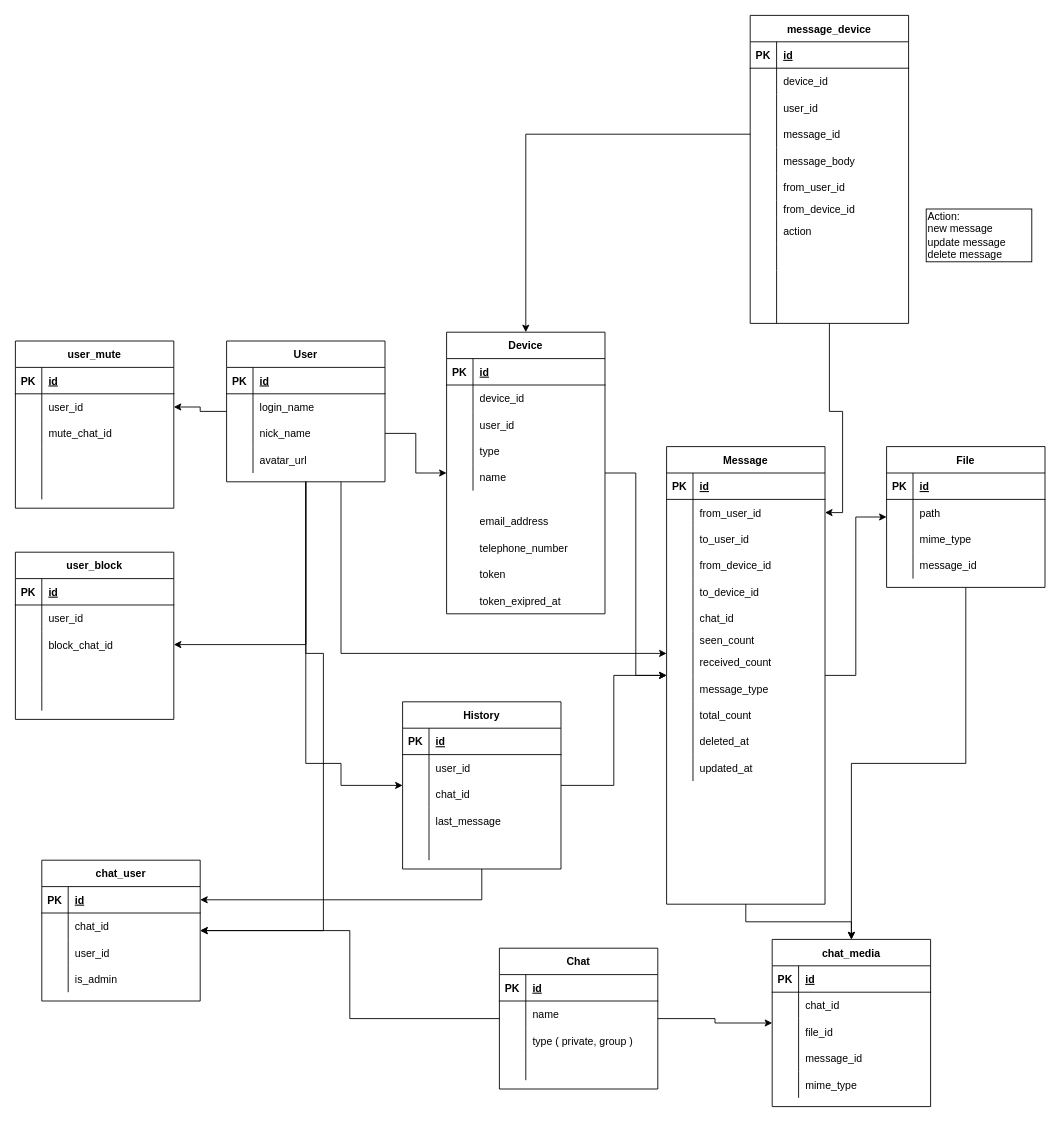
Above: documents/database.drawio in cloverstudio/Spika3 (draw.io), before the change. Source tidied: cells renumbered, new cells numbered last; positions are measured from the earlier drawing's top-left corner, leaving out a move shared by most shapes. Both pictures are drawn from the tidied source at 88%, with x=0, y=0 at pixel (15, 15).
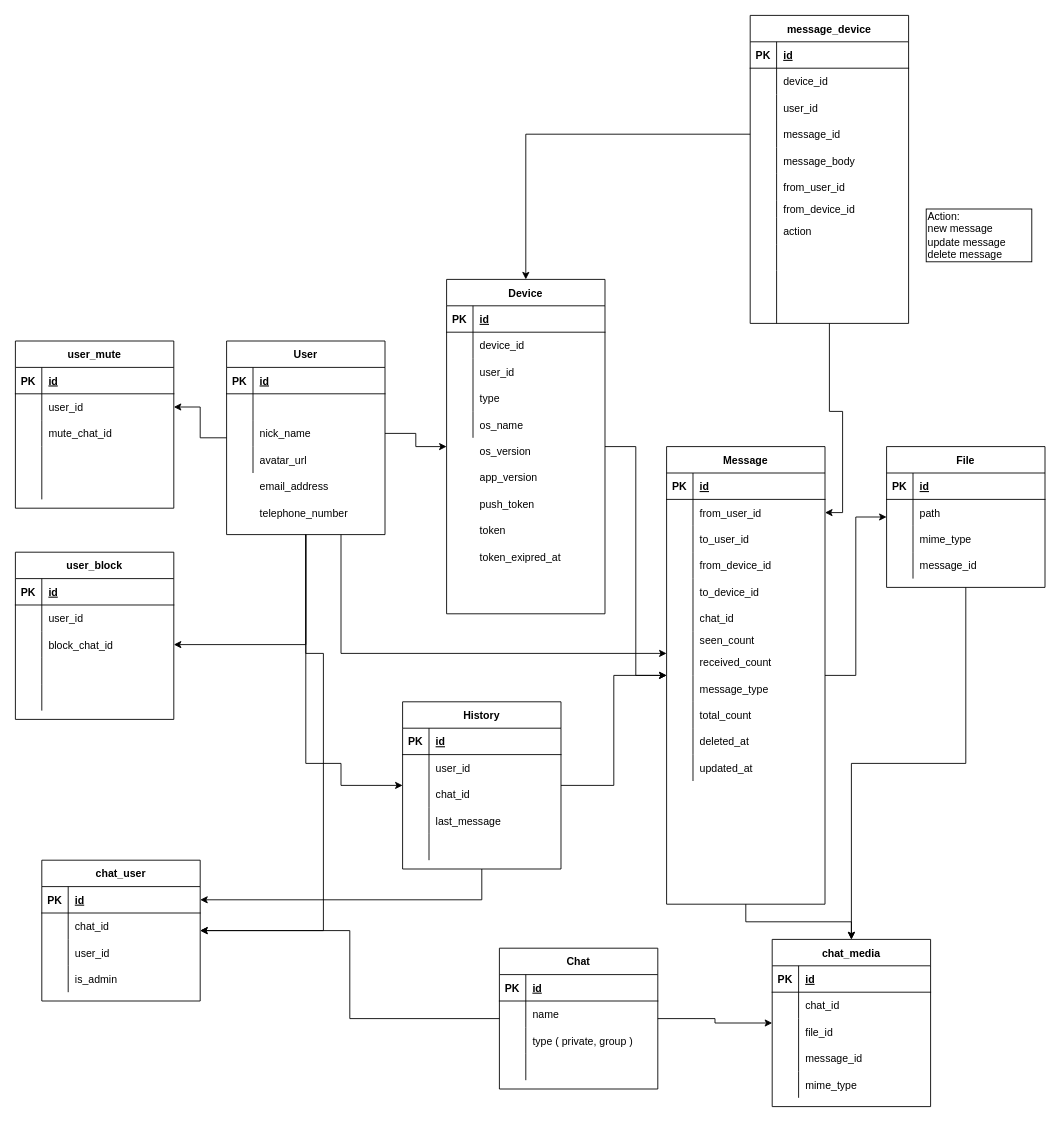
The same diagram, later.

The change refers to these unchanged cells:
```xml
<mxCell id="11" style="shape=partialRectangle;fillColor=none;top=0;left=0;bottom=0;right=0;" parent="7" vertex="1">
  <mxGeometry y="60" width="180" height="30" as="geometry" />
</mxCell>
<mxCell id="34" style="shape=partialRectangle;fillColor=none;top=0;left=0;bottom=0;right=0;" parent="21" vertex="1">
  <mxGeometry y="150" width="180" height="30" as="geometry" />
</mxCell>
```

The edit, as a diff of the source:
```diff
@@
     <mxCell id="7" value="User" style="shape=table;startSize=30;childLayout=tableLayout;rowLines=0;fontStyle=1;align=center;" parent="1" vertex="1">
-      <mxGeometry x="240" y="370" width="180" height="160" as="geometry" />
+      <mxGeometry x="240" y="370" width="180" height="220" as="geometry" />
     </mxCell>
@@
-    <mxCell id="13" value="login_name" style="shape=partialRectangle;fillColor=none;top=0;left=0;bottom=0;right=0;align=left;spacingLeft=6;overflow=hidden;" parent="11" vertex="1">
+    <mxCell id="13" style="shape=partialRectangle;fillColor=none;top=0;left=0;bottom=0;right=0;align=left;spacingLeft=6;overflow=hidden;" parent="11" vertex="1">
       <mxGeometry x="30" width="150" height="30" as="geometry" />
     </mxCell>
@@
     <mxCell id="21" value="Device" style="shape=table;startSize=30;childLayout=tableLayout;rowLines=0;fontStyle=1;align=center;" parent="1" vertex="1">
-      <mxGeometry x="490" y="360" width="180" height="320" as="geometry" />
+      <mxGeometry x="490" y="300" width="180" height="380" as="geometry" />
     </mxCell>
@@
-    <mxCell id="36" value="name" style="shape=partialRectangle;fillColor=none;top=0;left=0;bottom=0;right=0;align=left;spacingLeft=6;overflow=hidden;" parent="34" vertex="1">
+    <mxCell id="36" value="os_name" style="shape=partialRectangle;fillColor=none;top=0;left=0;bottom=0;right=0;align=left;spacingLeft=6;overflow=hidden;" parent="34" vertex="1">
       <mxGeometry x="30" width="150" height="30" as="geometry" />
     </mxCell>
@@
     <mxCell id="222" value="token" style="shape=partialRectangle;fillColor=none;top=0;left=0;bottom=0;right=0;align=left;spacingLeft=6;overflow=hidden;" parent="1" vertex="1">
-      <mxGeometry x="520" y="620" width="150" height="30" as="geometry" />
+      <mxGeometry x="520" y="570" width="150" height="30" as="geometry" />
     </mxCell>
     <mxCell id="223" value="token_exipred_at" style="shape=partialRectangle;fillColor=none;top=0;left=0;bottom=0;right=0;align=left;spacingLeft=6;overflow=hidden;" parent="1" vertex="1">
-      <mxGeometry x="520" y="650" width="150" height="30" as="geometry" />
+      <mxGeometry x="520" y="600" width="150" height="30" as="geometry" />
     </mxCell>
     <mxCell id="224" value="telephone_number" style="shape=partialRectangle;fillColor=none;top=0;left=0;bottom=0;right=0;align=left;spacingLeft=6;overflow=hidden;" parent="1" vertex="1">
-      <mxGeometry x="520" y="590" width="150" height="30" as="geometry" />
+      <mxGeometry x="270" y="550" width="150" height="30" as="geometry" />
     </mxCell>
     <mxCell id="225" value="email_address" style="shape=partialRectangle;fillColor=none;top=0;left=0;bottom=0;right=0;align=left;spacingLeft=6;overflow=hidden;" parent="1" vertex="1">
-      <mxGeometry x="520" y="560" width="150" height="30" as="geometry" />
+      <mxGeometry x="270" y="520" width="150" height="30" as="geometry" />
     </mxCell>
+    <mxCell id="226" value="os_version" style="shape=partialRectangle;fillColor=none;top=0;left=0;bottom=0;right=0;align=left;spacingLeft=6;overflow=hidden;" parent="1" vertex="1">
+      <mxGeometry x="520" y="480" width="150" height="30" as="geometry" />
+    </mxCell>
+    <mxCell id="227" value="app_version" style="shape=partialRectangle;fillColor=none;top=0;left=0;bottom=0;right=0;align=left;spacingLeft=6;overflow=hidden;" parent="1" vertex="1">
+      <mxGeometry x="520" y="510" width="150" height="30" as="geometry" />
+    </mxCell>
+    <mxCell id="228" value="push_token" style="shape=partialRectangle;fillColor=none;top=0;left=0;bottom=0;right=0;align=left;spacingLeft=6;overflow=hidden;" parent="1" vertex="1">
+      <mxGeometry x="520" y="540" width="150" height="30" as="geometry" />
+    </mxCell>
```
